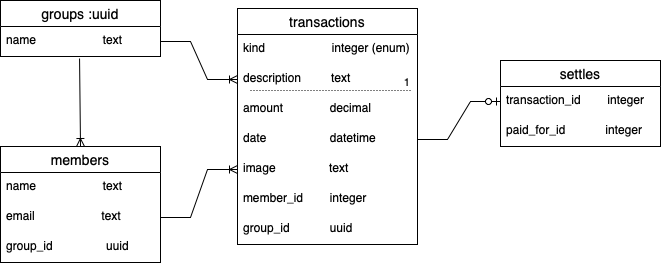
Above: public/diagram.png in jaqueelizandro/split-bill_client (draw.io), before the change. Source tidied: cells renumbered, new cells last; positions are measured from the earlier drawing's top-left corner, leaving out a move shared by most shapes.
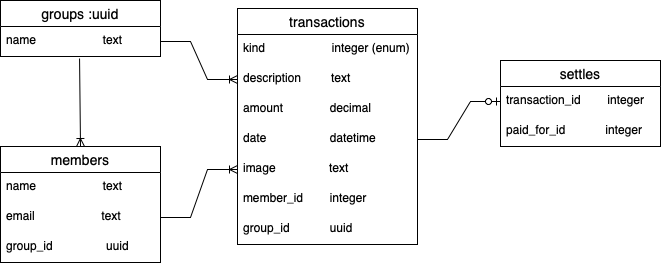
Above is the later version.

The edit, as a diff of the source:
```diff
@@ -62,15 +62,6 @@
     <mxCell id="21" style="edgeStyle=entityRelationEdgeStyle;fontSize=12;html=1;endArrow=ERoneToMany;rounded=0;exitX=1;exitY=0.5;exitDx=0;exitDy=0;entryX=0;entryY=0.5;entryDx=0;entryDy=0;" parent="1" edge="1" source="6" target="16">
       <mxGeometry relative="1" as="geometry" />
     </mxCell>
-    <mxCell id="22" style="endArrow=none;html=1;rounded=0;dashed=1;dashPattern=1 2;fontSize=11;" parent="1" edge="1">
-      <mxGeometry relative="1" as="geometry">
-        <mxPoint x="250" y="90" as="sourcePoint" />
-        <mxPoint x="410" y="90" as="targetPoint" />
-      </mxGeometry>
-    </mxCell>
-    <mxCell id="23" value="1" style="html=1;align=right;verticalAlign=bottom;fontSize=11;" parent="22" vertex="1">
-      <mxGeometry x="1" relative="1" as="geometry" />
-    </mxCell>
     <mxCell id="24" style="endArrow=ERoneToMany;html=1;rounded=0;fontSize=11;exitX=0.494;exitY=1.067;exitDx=0;exitDy=0;exitPerimeter=0;entryX=0.5;entryY=0;entryDx=0;entryDy=0;endFill=0;" parent="1" edge="1" source="3" target="4">
       <mxGeometry relative="1" as="geometry" />
     </mxCell>
```
